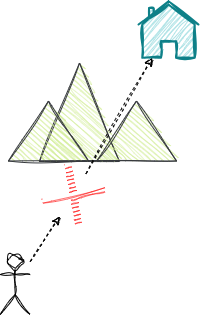
This is out/geodesic.png from ichbinlan99/Fraud-Detection-TR, a draw.io export, as it was before one commit. Source tidied: cells renumbered, new cells last; positions are measured from the earlier drawing's top-left corner, leaving out a move shared by most shapes.
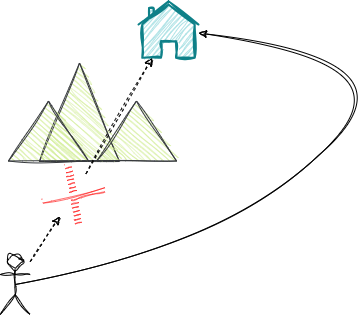
Above is the later version.

What changed in the source:
```diff
@@ -8,23 +8,31 @@
     <mxCell id="3" style="triangle;whiteSpace=wrap;html=1;sketch=1;hachureGap=4;jiggle=2;curveFitting=1;fontFamily=Architects Daughter;fontSource=https%3A%2F%2Ffonts.googleapis.com%2Fcss%3Ffamily%3DArchitects%2BDaughter;fontSize=20;rotation=-90;fillColor=#cdeb8b;strokeColor=#36393d;" parent="1" vertex="1">
       <mxGeometry x="106" y="89.5" width="60" height="80" as="geometry" />
     </mxCell>
-    <mxCell id="4" style="rounded=0;sketch=1;hachureGap=4;jiggle=2;curveFitting=1;jettySize=auto;html=1;fontFamily=Architects Daughter;fontSource=https%3A%2F%2Ffonts.googleapis.com%2Fcss%3Ffamily%3DArchitects%2BDaughter;fontSize=16;dashed=1;" parent="1" edge="1" source="8" target="6">
+    <mxCell id="4" style="rounded=0;sketch=1;hachureGap=4;jiggle=2;curveFitting=1;jettySize=auto;html=1;fontFamily=Architects Daughter;fontSource=https%3A%2F%2Ffonts.googleapis.com%2Fcss%3Ffamily%3DArchitects%2BDaughter;fontSize=16;dashed=1;" parent="1" edge="1" source="9" target="7">
       <mxGeometry relative="1" as="geometry" />
     </mxCell>
     <mxCell id="5" style="shape=umlActor;verticalLabelPosition=bottom;verticalAlign=top;html=1;outlineConnect=0;rounded=1;sketch=1;hachureGap=4;jiggle=2;curveFitting=1;fontFamily=Architects Daughter;fontSource=https%3A%2F%2Ffonts.googleapis.com%2Fcss%3Ffamily%3DArchitects%2BDaughter;fontSize=20;" parent="1" vertex="1">
       <mxGeometry x="-0.2" y="253" width="30" height="60" as="geometry" />
     </mxCell>
-    <mxCell id="6" style="html=1;verticalLabelPosition=bottom;align=center;labelBackgroundColor=#ffffff;verticalAlign=top;strokeWidth=2;strokeColor=#0e8088;shadow=0;dashed=0;shape=mxgraph.ios7.icons.home;rounded=1;sketch=1;hachureGap=4;jiggle=2;curveFitting=1;fontFamily=Architects Daughter;fontSource=https%3A%2F%2Ffonts.googleapis.com%2Fcss%3Ffamily%3DArchitects%2BDaughter;fontSize=20;fillColor=#b0e3e6;" parent="1" vertex="1">
-      <mxGeometry x="138" y="-0.2" width="60" height="56.5" as="geometry" />
+    <mxCell id="6" style="curved=1;endArrow=classic;html=1;rounded=0;sketch=1;hachureGap=4;jiggle=2;curveFitting=1;fontFamily=Architects Daughter;fontSource=https%3A%2F%2Ffonts.googleapis.com%2Fcss%3Ffamily%3DArchitects%2BDaughter;fontSize=16;exitX=0.5;exitY=0.5;exitDx=0;exitDy=0;exitPerimeter=0;" parent="1" edge="1" source="5" target="7">
+      <mxGeometry relative="1" as="geometry">
+        <Array as="points">
+          <mxPoint x="208" y="249" />
+          <mxPoint x="428" y="59" />
+        </Array>
+      </mxGeometry>
     </mxCell>
-    <mxCell id="7" style="rounded=0;sketch=1;hachureGap=4;jiggle=2;curveFitting=1;jettySize=auto;html=1;fontFamily=Architects Daughter;fontSource=https%3A%2F%2Ffonts.googleapis.com%2Fcss%3Ffamily%3DArchitects%2BDaughter;fontSize=16;dashed=1;" parent="1" edge="1" source="5" target="8">
-      <mxGeometry relative="1" as="geometry" />
+    <mxCell id="7" style="html=1;verticalLabelPosition=bottom;align=center;labelBackgroundColor=#ffffff;verticalAlign=top;strokeWidth=2;strokeColor=#0e8088;shadow=0;dashed=0;shape=mxgraph.ios7.icons.home;rounded=1;sketch=1;hachureGap=4;jiggle=2;curveFitting=1;fontFamily=Architects Daughter;fontSource=https%3A%2F%2Ffonts.googleapis.com%2Fcss%3Ffamily%3DArchitects%2BDaughter;fontSize=20;fillColor=#b0e3e6;" parent="1" vertex="1">
+      <mxGeometry x="138" y="-0.2" width="60" height="56.5" as="geometry" />
     </mxCell>
-    <mxCell id="8" style="shape=mxgraph.mockup.markup.redX;fillColor=#ff0000;html=1;shadow=0;whiteSpace=wrap;strokeColor=none;sketch=1;hachureGap=4;jiggle=2;curveFitting=1;fontFamily=Architects Daughter;fontSource=https%3A%2F%2Ffonts.googleapis.com%2Fcss%3Ffamily%3DArchitects%2BDaughter;fontSize=20;rotation=35;" parent="1" vertex="1">
-      <mxGeometry x="48" y="169" width="50" height="50" as="geometry" />
+    <mxCell id="8" style="rounded=0;sketch=1;hachureGap=4;jiggle=2;curveFitting=1;jettySize=auto;html=1;fontFamily=Architects Daughter;fontSource=https%3A%2F%2Ffonts.googleapis.com%2Fcss%3Ffamily%3DArchitects%2BDaughter;fontSize=16;dashed=1;" parent="1" edge="1" source="5" target="9">
+      <mxGeometry relative="1" as="geometry" />
     </mxCell>
-    <mxCell id="9" style="triangle;whiteSpace=wrap;html=1;sketch=1;hachureGap=4;jiggle=2;curveFitting=1;fontFamily=Architects Daughter;fontSource=https%3A%2F%2Ffonts.googleapis.com%2Fcss%3Ffamily%3DArchitects%2BDaughter;fontSize=20;rotation=-90;fillColor=#cdeb8b;strokeColor=#36393d;" parent="1" vertex="1">
-      <mxGeometry x="18" y="89.5" width="60" height="80" as="geometry" />
+    <mxCell id="9" style="shape=mxgraph.mockup.markup.redX;fillColor=#ff0000;html=1;shadow=0;whiteSpace=wrap;strokeColor=none;sketch=1;hachureGap=4;jiggle=2;curveFitting=1;fontFamily=Architects Daughter;fontSource=https%3A%2F%2Ffonts.googleapis.com%2Fcss%3Ffamily%3DArchitects%2BDaughter;fontSize=20;rotation=35;" parent="1" vertex="1">
+      <mxGeometry x="48" y="169" width="50" height="50" as="geometry" />
     </mxCell>
+    <mxCell id="10" style="triangle;whiteSpace=wrap;html=1;sketch=1;hachureGap=4;jiggle=2;curveFitting=1;fontFamily=Architects Daughter;fontSource=https%3A%2F%2Ffonts.googleapis.com%2Fcss%3Ffamily%3DArchitects%2BDaughter;fontSize=20;rotation=-90;fillColor=#cdeb8b;strokeColor=#36393d;" parent="1" vertex="1">
+      <mxGeometry x="18" y="89.5" width="60" height="80" as="geometry" />
+    </mxCell>
   </root>
 </mxGraphModel>
```
